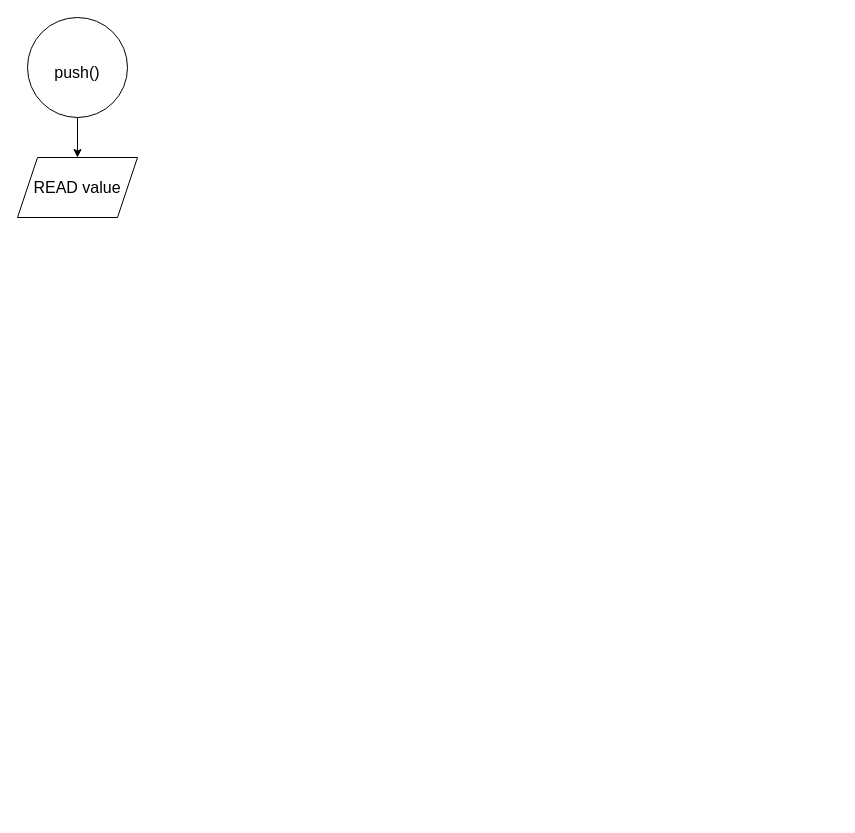
Before: page "Page-2" (2 of 2) of stack/stack_flowchart.drawio in seamoonpandey/4th-sem-DSA-lab, a draw.io diagram. Source tidied: cells renumbered, new cells numbered last; positions are measured from the earlier drawing's top-left corner, leaving out a move shared by most shapes. Both pictures are drawn from the tidied source at 100%, with x=0, y=0 at pixel (17, 17).
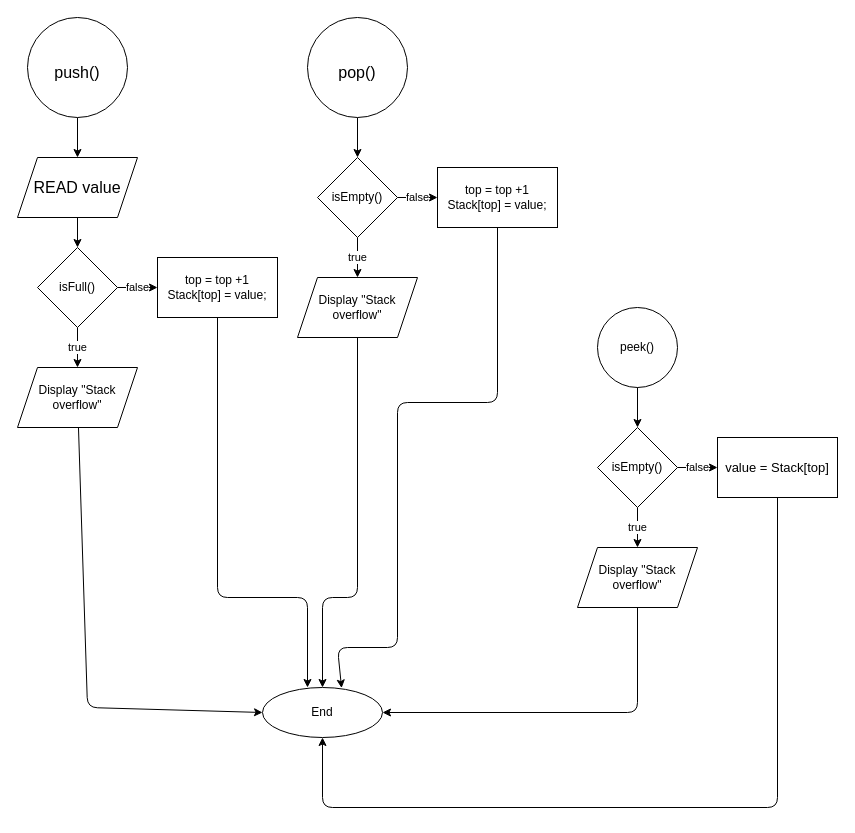
After the change.

The change refers to these unchanged cells:
```xml
<mxCell id="4" value="READ value" style="shape=parallelogram;perimeter=parallelogramPerimeter;whiteSpace=wrap;html=1;fixedSize=1;fontSize=16;" parent="1" vertex="1">
  <mxGeometry y="140" width="120" height="60" as="geometry" />
</mxCell>
```

The edit, as a diff of the source:
```diff
@@
+    <mxCell id="5" style="edgeStyle=none;html=1;entryX=0.5;entryY=0;entryDx=0;entryDy=0;" parent="1" edge="1" source="4" target="8">
+      <mxGeometry relative="1" as="geometry" />
+    </mxCell>
@@
+    <mxCell id="6" value="true" style="edgeStyle=none;html=1;entryX=0.5;entryY=0;entryDx=0;entryDy=0;" parent="1" edge="1" source="8" target="10">
+      <mxGeometry relative="1" as="geometry" />
+    </mxCell>
+    <mxCell id="7" value="false" style="edgeStyle=none;html=1;entryX=0;entryY=0.5;entryDx=0;entryDy=0;" parent="1" edge="1" source="8" target="12">
+      <mxGeometry relative="1" as="geometry" />
+    </mxCell>
+    <mxCell id="8" value="isFull()" style="rhombus;whiteSpace=wrap;html=1;" parent="1" vertex="1">
+      <mxGeometry x="20" y="230" width="80" height="80" as="geometry" />
+    </mxCell>
+    <mxCell id="9" style="edgeStyle=none;html=1;entryX=0;entryY=0.5;entryDx=0;entryDy=0;" parent="1" edge="1" source="10" target="13">
+      <mxGeometry relative="1" as="geometry">
+        <Array as="points">
+          <mxPoint x="70" y="690" />
+        </Array>
+      </mxGeometry>
+    </mxCell>
+    <mxCell id="10" value="Display &quot;Stack overflow&quot;" style="shape=parallelogram;perimeter=parallelogramPerimeter;whiteSpace=wrap;html=1;fixedSize=1;" parent="1" vertex="1">
+      <mxGeometry y="350" width="120" height="60" as="geometry" />
+    </mxCell>
+    <mxCell id="11" style="html=1;" parent="1" edge="1" source="12">
+      <mxGeometry relative="1" as="geometry">
+        <mxPoint x="290" y="670" as="targetPoint" />
+        <Array as="points">
+          <mxPoint x="200" y="580" />
+          <mxPoint x="290" y="580" />
+        </Array>
+      </mxGeometry>
+    </mxCell>
+    <mxCell id="12" value="top = top +1&lt;br&gt;Stack[top] = value;" style="rounded=0;whiteSpace=wrap;html=1;" parent="1" vertex="1">
+      <mxGeometry x="140" y="240" width="120" height="60" as="geometry" />
+    </mxCell>
+    <mxCell id="13" value="End" style="ellipse;whiteSpace=wrap;html=1;" parent="1" vertex="1">
+      <mxGeometry x="245" y="670" width="120" height="50" as="geometry" />
+    </mxCell>
+    <mxCell id="14" style="edgeStyle=none;html=1;entryX=0.5;entryY=0;entryDx=0;entryDy=0;fontSize=16;" parent="1" edge="1" source="15">
+      <mxGeometry relative="1" as="geometry">
+        <mxPoint x="340" y="140" as="targetPoint" />
+      </mxGeometry>
+    </mxCell>
+    <mxCell id="15" value="&lt;font style=&quot;font-size: 16px;&quot;&gt;pop()&lt;/font&gt;" style="ellipse;whiteSpace=wrap;html=1;fontSize=32;" parent="1" vertex="1">
+      <mxGeometry x="290" width="100" height="100" as="geometry" />
+    </mxCell>
+    <mxCell id="16" value="true" style="edgeStyle=none;html=1;entryX=0.5;entryY=0;entryDx=0;entryDy=0;" parent="1" edge="1" source="18" target="20">
+      <mxGeometry relative="1" as="geometry" />
+    </mxCell>
+    <mxCell id="17" value="false" style="edgeStyle=none;html=1;entryX=0;entryY=0.5;entryDx=0;entryDy=0;" parent="1" edge="1" source="18" target="22">
+      <mxGeometry relative="1" as="geometry" />
+    </mxCell>
+    <mxCell id="18" value="isEmpty()" style="rhombus;whiteSpace=wrap;html=1;" parent="1" vertex="1">
+      <mxGeometry x="300" y="140" width="80" height="80" as="geometry" />
+    </mxCell>
+    <mxCell id="19" style="edgeStyle=none;html=1;" parent="1" edge="1" source="20" target="13">
+      <mxGeometry relative="1" as="geometry">
+        <Array as="points">
+          <mxPoint x="340" y="580" />
+          <mxPoint x="305" y="580" />
+        </Array>
+      </mxGeometry>
+    </mxCell>
+    <mxCell id="20" value="Display &quot;Stack overflow&quot;" style="shape=parallelogram;perimeter=parallelogramPerimeter;whiteSpace=wrap;html=1;fixedSize=1;" parent="1" vertex="1">
+      <mxGeometry x="280" y="260" width="120" height="60" as="geometry" />
+    </mxCell>
+    <mxCell id="21" style="html=1;entryX=0.659;entryY=0.011;entryDx=0;entryDy=0;entryPerimeter=0;" parent="1" edge="1" source="22" target="13">
+      <mxGeometry relative="1" as="geometry">
+        <Array as="points">
+          <mxPoint x="480" y="385" />
+          <mxPoint x="380" y="385" />
+          <mxPoint x="380" y="630" />
+          <mxPoint x="320" y="630" />
+        </Array>
+      </mxGeometry>
+    </mxCell>
+    <mxCell id="22" value="top = top +1&lt;br&gt;Stack[top] = value;" style="rounded=0;whiteSpace=wrap;html=1;" parent="1" vertex="1">
+      <mxGeometry x="420" y="150" width="120" height="60" as="geometry" />
+    </mxCell>
+    <mxCell id="23" value="peek()" style="ellipse;whiteSpace=wrap;html=1;" parent="1" vertex="1">
+      <mxGeometry x="580" y="290" width="80" height="80" as="geometry" />
+    </mxCell>
+    <mxCell id="24" style="edgeStyle=none;html=1;entryX=0.5;entryY=0;entryDx=0;entryDy=0;fontSize=16;" parent="1" edge="1">
+      <mxGeometry relative="1" as="geometry">
+        <mxPoint x="620" y="370" as="sourcePoint" />
+        <mxPoint x="620" y="410" as="targetPoint" />
+      </mxGeometry>
+    </mxCell>
+    <mxCell id="25" value="true" style="edgeStyle=none;html=1;entryX=0.5;entryY=0;entryDx=0;entryDy=0;" parent="1" edge="1" source="27" target="29">
+      <mxGeometry relative="1" as="geometry" />
+    </mxCell>
+    <mxCell id="26" value="false" style="edgeStyle=none;html=1;entryX=0;entryY=0.5;entryDx=0;entryDy=0;" parent="1" edge="1" source="27" target="31">
+      <mxGeometry relative="1" as="geometry" />
+    </mxCell>
+    <mxCell id="27" value="isEmpty()" style="rhombus;whiteSpace=wrap;html=1;" parent="1" vertex="1">
+      <mxGeometry x="580" y="410" width="80" height="80" as="geometry" />
+    </mxCell>
+    <mxCell id="28" style="edgeStyle=none;html=1;fontSize=13;entryX=1;entryY=0.5;entryDx=0;entryDy=0;" parent="1" edge="1" source="29" target="13">
+      <mxGeometry relative="1" as="geometry">
+        <Array as="points">
+          <mxPoint x="620" y="695" />
+        </Array>
+      </mxGeometry>
+    </mxCell>
+    <mxCell id="29" value="Display &quot;Stack overflow&quot;" style="shape=parallelogram;perimeter=parallelogramPerimeter;whiteSpace=wrap;html=1;fixedSize=1;" parent="1" vertex="1">
+      <mxGeometry x="560" y="530" width="120" height="60" as="geometry" />
+    </mxCell>
+    <mxCell id="30" style="edgeStyle=none;html=1;fontSize=13;entryX=0.5;entryY=1;entryDx=0;entryDy=0;" parent="1" edge="1" source="31" target="13">
+      <mxGeometry relative="1" as="geometry">
+        <Array as="points">
+          <mxPoint x="760" y="790" />
+          <mxPoint x="305" y="790" />
+        </Array>
+      </mxGeometry>
+    </mxCell>
+    <mxCell id="31" value="&lt;font style=&quot;font-size: 13px;&quot;&gt;value = Stack[top]&lt;/font&gt;" style="rounded=0;whiteSpace=wrap;html=1;" parent="1" vertex="1">
+      <mxGeometry x="700" y="420" width="120" height="60" as="geometry" />
+    </mxCell>
```
